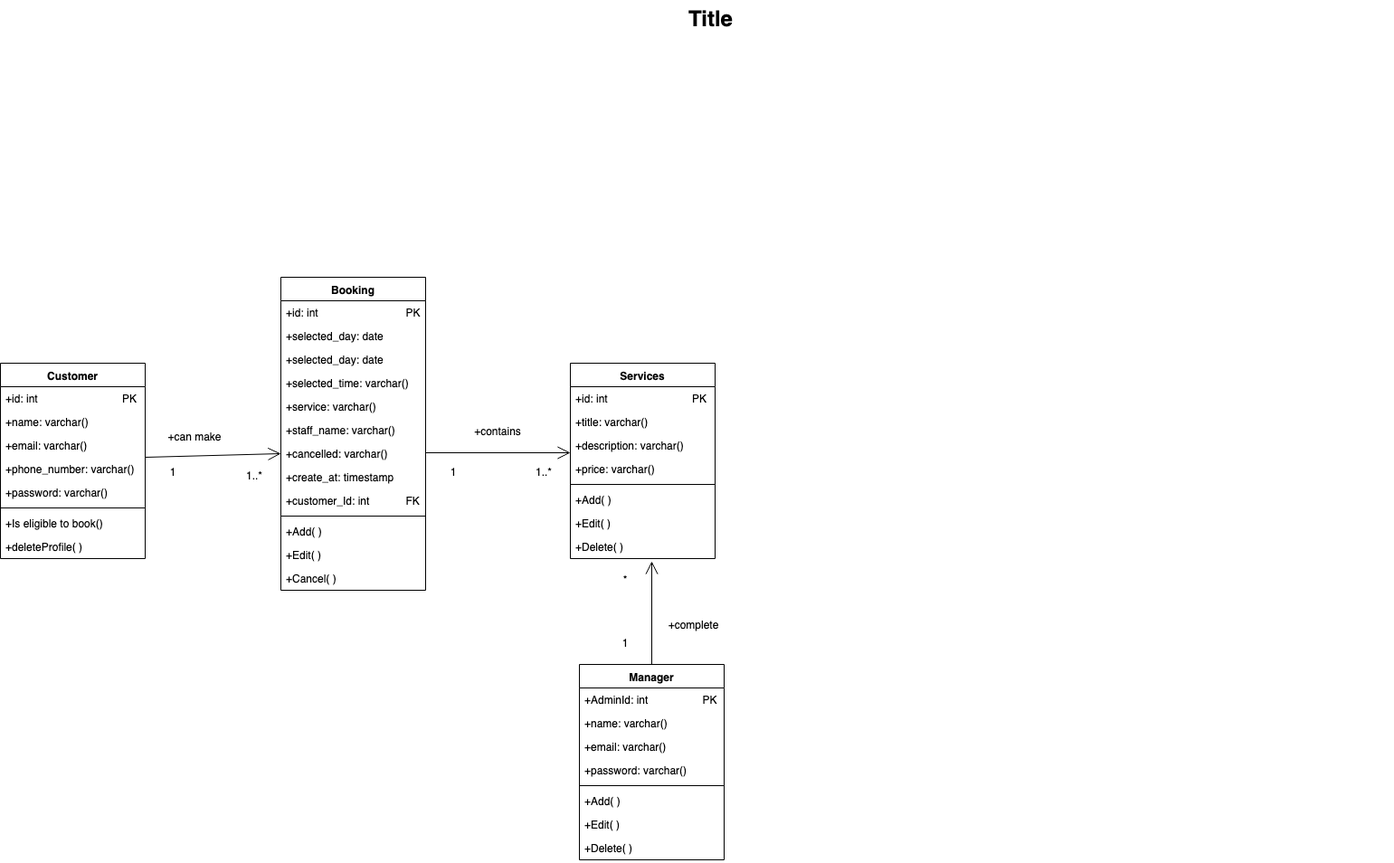
Earlier version of the draw.io export diagram booking.png (warlinsgit/barbershopuml). Source tidied: cells renumbered, new cells last; positions are measured from the earlier drawing's top-left corner, leaving out a move shared by most shapes.
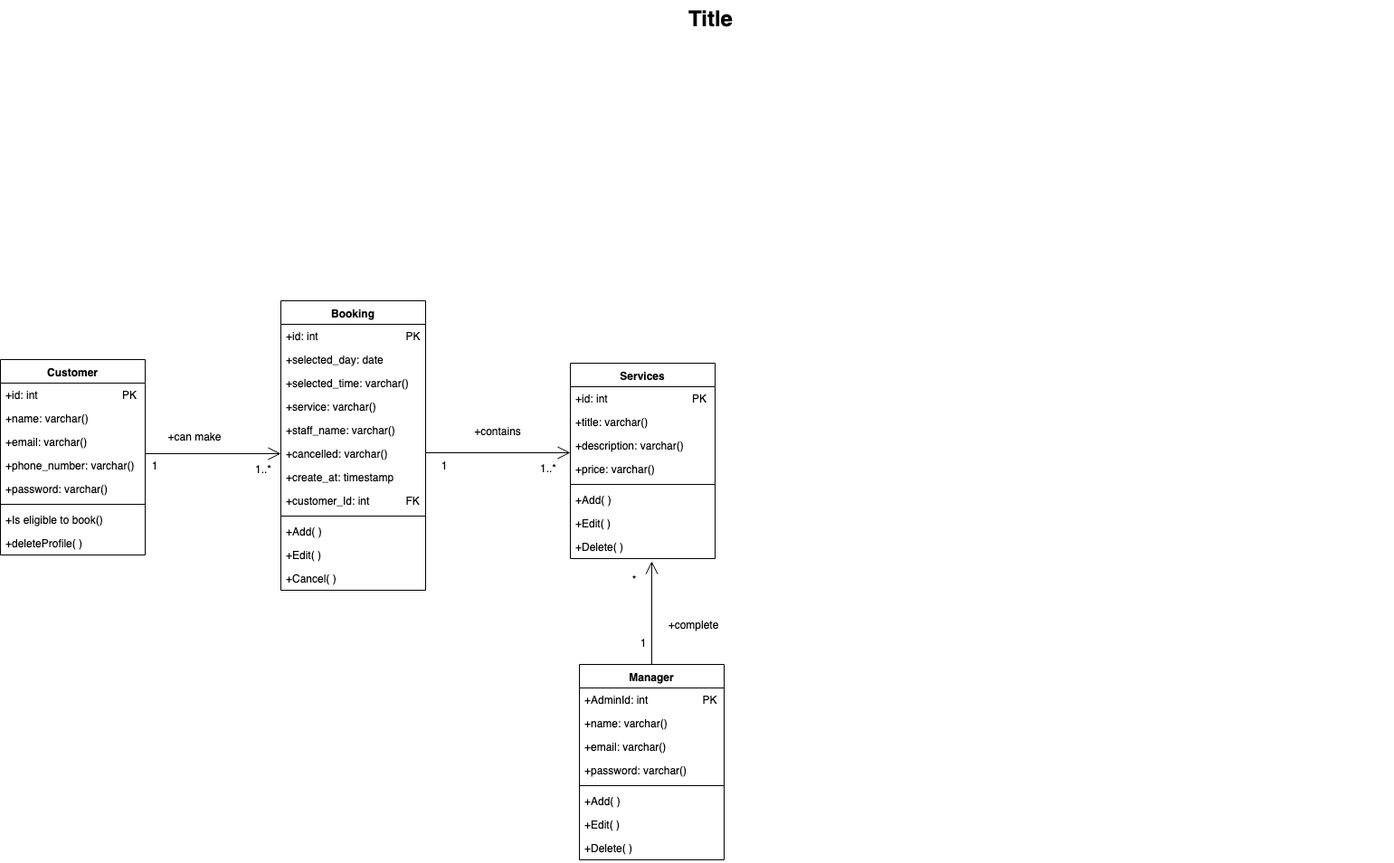
After the change.

What changed in the source:
```diff
@@ -6,7 +6,7 @@
       <mxGeometry x="30" width="1510" height="40" as="geometry" />
     </mxCell>
     <mxCell id="3" value="Booking" style="swimlane;fontStyle=1;align=center;verticalAlign=top;horizontal=1;startSize=26;" parent="1" vertex="1">
-      <mxGeometry x="310" y="306" width="160" height="346" as="geometry" />
+      <mxGeometry x="310" y="332" width="160" height="320" as="geometry" />
     </mxCell>
     <mxCell id="4" value="+id: int                             PK" style="text;strokeColor=none;fillColor=none;align=left;verticalAlign=top;spacingLeft=4;spacingRight=4;overflow=hidden;" parent="3" vertex="1">
       <mxGeometry y="26" width="160" height="26" as="geometry" />
@@ -14,38 +14,35 @@
     <mxCell id="5" value="+selected_day: date" style="text;strokeColor=none;fillColor=none;align=left;verticalAlign=top;spacingLeft=4;spacingRight=4;overflow=hidden;" parent="3" vertex="1">
       <mxGeometry y="52" width="160" height="26" as="geometry" />
     </mxCell>
-    <mxCell id="6" value="+selected_day: date" style="text;strokeColor=none;fillColor=none;align=left;verticalAlign=top;spacingLeft=4;spacingRight=4;overflow=hidden;" parent="3" vertex="1">
-      <mxGeometry y="78" width="160" height="26" as="geometry" />
-    </mxCell>
     <mxCell id="7" value="+selected_time: varchar()" style="text;strokeColor=none;fillColor=none;align=left;verticalAlign=top;spacingLeft=4;spacingRight=4;overflow=hidden;" parent="3" vertex="1">
-      <mxGeometry y="104" width="160" height="26" as="geometry" />
+      <mxGeometry y="78" width="160" height="26" as="geometry" />
     </mxCell>
     <mxCell id="8" value="+service: varchar()" style="text;strokeColor=none;fillColor=none;align=left;verticalAlign=top;spacingLeft=4;spacingRight=4;overflow=hidden;" parent="3" vertex="1">
-      <mxGeometry y="130" width="160" height="26" as="geometry" />
+      <mxGeometry y="104" width="160" height="26" as="geometry" />
     </mxCell>
     <mxCell id="9" value="+staff_name: varchar()" style="text;strokeColor=none;fillColor=none;align=left;verticalAlign=top;spacingLeft=4;spacingRight=4;overflow=hidden;" parent="3" vertex="1">
-      <mxGeometry y="156" width="160" height="26" as="geometry" />
+      <mxGeometry y="130" width="160" height="26" as="geometry" />
     </mxCell>
     <mxCell id="10" value="+cancelled: varchar()&#10;&#10;" style="text;strokeColor=none;fillColor=none;align=left;verticalAlign=top;spacingLeft=4;spacingRight=4;overflow=hidden;points=[[0,0.5],[1,0.5]];portConstraint=eastwest;" parent="3" vertex="1">
-      <mxGeometry y="182" width="160" height="26" as="geometry" />
+      <mxGeometry y="156" width="160" height="26" as="geometry" />
     </mxCell>
     <mxCell id="11" value="+create_at: timestamp&#10;&#10;" style="text;strokeColor=none;fillColor=none;align=left;verticalAlign=top;spacingLeft=4;spacingRight=4;overflow=hidden;" parent="3" vertex="1">
-      <mxGeometry y="208" width="160" height="26" as="geometry" />
+      <mxGeometry y="182" width="160" height="26" as="geometry" />
     </mxCell>
     <mxCell id="12" value="+customer_Id: int            FK&#10;&#10;" style="text;strokeColor=none;fillColor=none;align=left;verticalAlign=top;spacingLeft=4;spacingRight=4;overflow=hidden;" parent="3" vertex="1">
-      <mxGeometry y="234" width="160" height="26" as="geometry" />
+      <mxGeometry y="208" width="160" height="26" as="geometry" />
     </mxCell>
     <mxCell id="13" style="line;strokeWidth=1;fillColor=none;align=left;verticalAlign=middle;spacingTop=-1;spacingLeft=3;spacingRight=3;labelPosition=right;" parent="3" vertex="1">
-      <mxGeometry y="260" width="160" height="8" as="geometry" />
+      <mxGeometry y="234" width="160" height="8" as="geometry" />
     </mxCell>
     <mxCell id="14" value="+Add( )" style="text;strokeColor=none;fillColor=none;align=left;verticalAlign=top;spacingLeft=4;spacingRight=4;overflow=hidden;" parent="3" vertex="1">
-      <mxGeometry y="268" width="160" height="26" as="geometry" />
+      <mxGeometry y="242" width="160" height="26" as="geometry" />
     </mxCell>
     <mxCell id="15" value="+Edit( )" style="text;strokeColor=none;fillColor=none;align=left;verticalAlign=top;spacingLeft=4;spacingRight=4;overflow=hidden;" parent="3" vertex="1">
-      <mxGeometry y="294" width="160" height="26" as="geometry" />
+      <mxGeometry y="268" width="160" height="26" as="geometry" />
     </mxCell>
     <mxCell id="16" value="+Cancel( )" style="text;strokeColor=none;fillColor=none;align=left;verticalAlign=top;spacingLeft=4;spacingRight=4;overflow=hidden;" parent="3" vertex="1">
-      <mxGeometry y="320" width="160" height="26" as="geometry" />
+      <mxGeometry y="294" width="160" height="26" as="geometry" />
     </mxCell>
     <mxCell id="17" value="Services" style="swimlane;fontStyle=1;align=center;verticalAlign=top;horizontal=1;startSize=26;" parent="1" vertex="1">
       <mxGeometry x="630" y="401" width="160" height="216" as="geometry" />
@@ -75,7 +72,7 @@
       <mxGeometry y="190" width="160" height="26" as="geometry" />
     </mxCell>
     <mxCell id="26" value="Customer" style="swimlane;fontStyle=1;align=center;verticalAlign=top;horizontal=1;startSize=26;" parent="1" vertex="1">
-      <mxGeometry y="401" width="160" height="216" as="geometry" />
+      <mxGeometry y="397" width="160" height="216" as="geometry" />
     </mxCell>
     <mxCell id="27" value="+id: int                            PK" style="text;strokeColor=none;fillColor=none;align=left;verticalAlign=top;spacingLeft=4;spacingRight=4;overflow=hidden;" parent="26" vertex="1">
       <mxGeometry y="26" width="160" height="26" as="geometry" />
@@ -103,7 +100,7 @@
     </mxCell>
     <mxCell id="35" style="endArrow=open;endFill=1;endSize=12;html=1;entryX=0;entryY=0.5;entryDx=0;entryDy=0;" parent="1" edge="1" target="10">
       <mxGeometry relative="1" as="geometry">
-        <mxPoint x="160" y="505" as="sourcePoint" />
+        <mxPoint x="160" y="501" as="sourcePoint" />
       </mxGeometry>
     </mxCell>
     <mxCell id="36" value="Manager" style="swimlane;fontStyle=1;align=center;verticalAlign=top;horizontal=1;startSize=26;" parent="1" vertex="1">
@@ -145,22 +142,22 @@
       </mxGeometry>
     </mxCell>
     <mxCell id="47" value="1" style="text;html=1;strokeColor=none;fillColor=none;align=center;verticalAlign=middle;whiteSpace=wrap;rounded=0;" parent="1" vertex="1">
-      <mxGeometry x="670" y="700" width="40" height="20" as="geometry" />
+      <mxGeometry x="690" y="700" width="40" height="20" as="geometry" />
     </mxCell>
     <mxCell id="48" value="*" style="text;html=1;strokeColor=none;fillColor=none;align=center;verticalAlign=middle;whiteSpace=wrap;rounded=0;" parent="1" vertex="1">
-      <mxGeometry x="670" y="630" width="40" height="20" as="geometry" />
+      <mxGeometry x="680" y="630" width="40" height="20" as="geometry" />
     </mxCell>
     <mxCell id="49" value="1" style="text;html=1;strokeColor=none;fillColor=none;align=center;verticalAlign=middle;whiteSpace=wrap;rounded=0;" parent="1" vertex="1">
-      <mxGeometry x="480" y="511" width="40" height="20" as="geometry" />
+      <mxGeometry x="470" y="504" width="40" height="20" as="geometry" />
     </mxCell>
     <mxCell id="50" value="1..*" style="text;html=1;strokeColor=none;fillColor=none;align=center;verticalAlign=middle;whiteSpace=wrap;rounded=0;" parent="1" vertex="1">
-      <mxGeometry x="580" y="511" width="40" height="20" as="geometry" />
+      <mxGeometry x="585" y="507" width="40" height="20" as="geometry" />
     </mxCell>
     <mxCell id="51" value="1" style="text;html=1;strokeColor=none;fillColor=none;align=center;verticalAlign=middle;whiteSpace=wrap;rounded=0;" parent="1" vertex="1">
-      <mxGeometry x="170" y="511" width="40" height="20" as="geometry" />
+      <mxGeometry x="150" y="504" width="40" height="20" as="geometry" />
     </mxCell>
     <mxCell id="52" value="1..*" style="text;html=1;strokeColor=none;fillColor=none;align=center;verticalAlign=middle;whiteSpace=wrap;rounded=0;" parent="1" vertex="1">
-      <mxGeometry x="260" y="515" width="40" height="20" as="geometry" />
+      <mxGeometry x="270" y="508" width="40" height="20" as="geometry" />
     </mxCell>
     <mxCell id="53" value="+complete" style="text;html=1;strokeColor=none;fillColor=none;align=center;verticalAlign=middle;whiteSpace=wrap;rounded=0;" parent="1" vertex="1">
       <mxGeometry x="745" y="680" width="40" height="20" as="geometry" />
```
